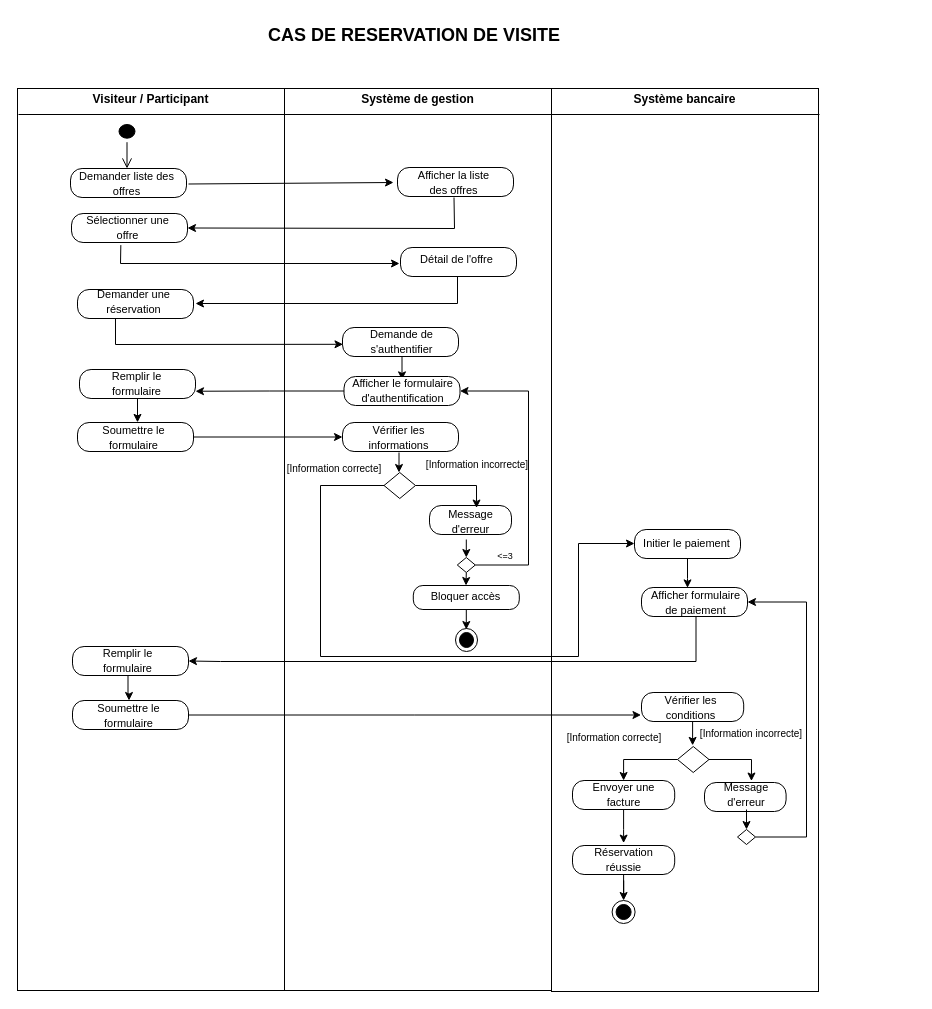
Above: activity1.drawio in louis-fresnel99/TpGasaL1 (draw.io), before the change. Source tidied: cells renumbered, new cells numbered last; positions are measured from the earlier drawing's top-left corner, leaving out a move shared by most shapes. Both pictures are drawn from the tidied source at 100%, with x=0, y=0 at pixel (17, 17).
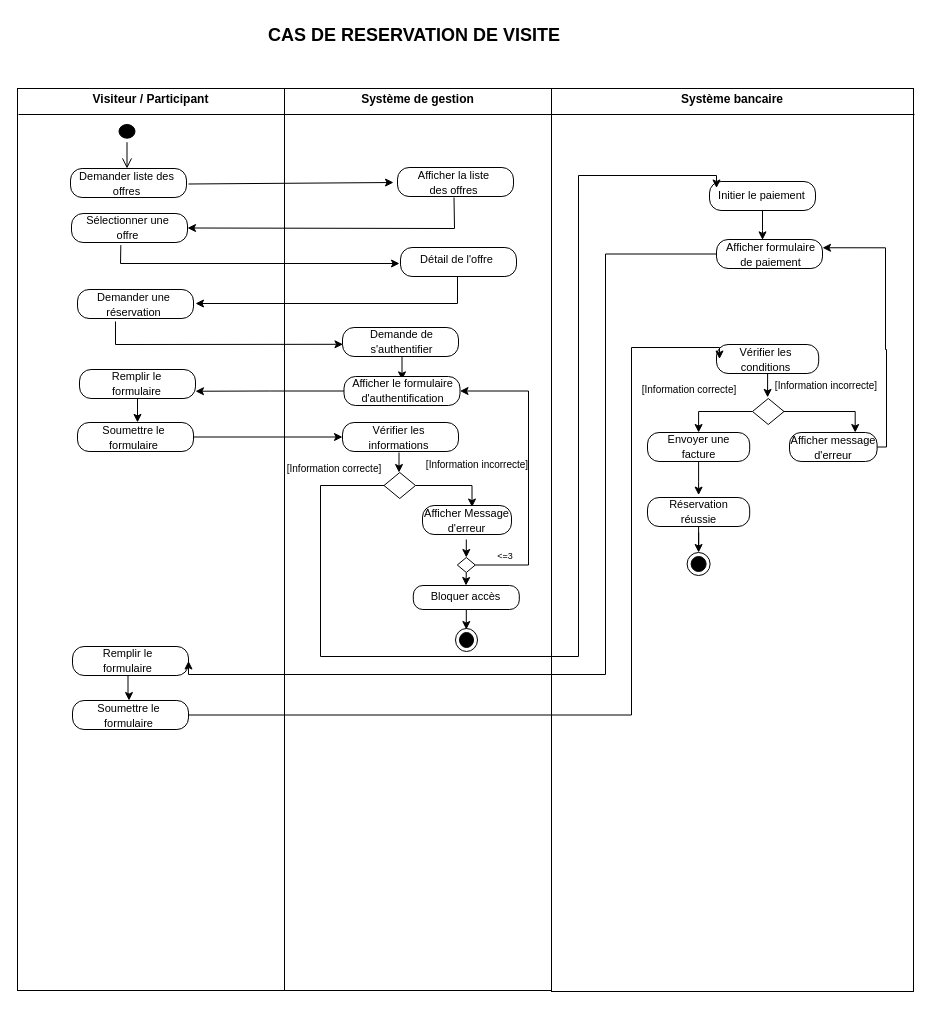
Above is the later version.

Commit message:
Mettre à jour activity1.drawio

Unchanged cells that the change refers to:
```xml
<mxCell id="29" style="rounded=1;whiteSpace=wrap;html=1;arcSize=40;fontColor=#000000;fillColor=light-dark(#FFFFFF,#FFFFFF);strokeColor=light-dark(#000000, #ff9090);fillStyle=solid;align=center;verticalAlign=top;fontFamily=Helvetica;fontSize=12;labelBackgroundColor=light-dark(#000000,#000000);" parent="1" vertex="1">
  <mxGeometry x="55" y="629" width="116" height="29" as="geometry" />
</mxCell>
<mxCell id="32" style="rounded=1;whiteSpace=wrap;html=1;arcSize=40;fontColor=#000000;fillColor=light-dark(#FFFFFF,#FFFFFF);strokeColor=light-dark(#000000, #ff9090);fillStyle=solid;align=center;verticalAlign=top;fontFamily=Helvetica;fontSize=12;labelBackgroundColor=light-dark(#000000,#000000);" parent="1" vertex="1">
  <mxGeometry x="55" y="683" width="116" height="29" as="geometry" />
</mxCell>
```

What changed in the source:
```diff
@@
     <mxCell id="21" value="&lt;font style=&quot;font-size: 11px;&quot;&gt;Demander une réservation&lt;/font&gt;" style="text;html=1;align=center;verticalAlign=middle;whiteSpace=wrap;rounded=0;fontFamily=Helvetica;fontSize=12;fontColor=default;labelBackgroundColor=none;" parent="1" vertex="1">
-      <mxGeometry x="70" y="269" width="93" height="30" as="geometry" />
+      <mxGeometry x="70" y="272" width="93" height="30" as="geometry" />
     </mxCell>
@@
     <mxCell id="34" value="&lt;p style=&quot;margin:0px;margin-top:4px;text-align:center;&quot;&gt;&lt;b&gt;Système bancaire&lt;/b&gt;&lt;/p&gt;" style="verticalAlign=top;align=left;overflow=fill;html=1;whiteSpace=wrap;" parent="1" vertex="1">
-      <mxGeometry x="534" y="71" width="267" height="903" as="geometry" />
+      <mxGeometry x="534" y="71" width="362" height="903" as="geometry" />
     </mxCell>
     <mxCell id="35" style="edgeStyle=orthogonalEdgeStyle;rounded=0;jettySize=auto;html=1;fontFamily=Helvetica;fontSize=12;fontColor=default;labelBackgroundColor=light-dark(#000000,#000000);" parent="1" edge="1" source="36">
       <mxGeometry relative="1" as="geometry">
-        <mxPoint x="670" y="570.4" as="targetPoint" />
+        <mxPoint x="745" y="222.4" as="targetPoint" />
       </mxGeometry>
     </mxCell>
     <mxCell id="36" style="rounded=1;whiteSpace=wrap;html=1;arcSize=40;fontColor=#000000;fillColor=light-dark(#FFFFFF,#FFFFFF);strokeColor=light-dark(#000000, #ff9090);fillStyle=solid;align=center;verticalAlign=top;fontFamily=Helvetica;fontSize=12;labelBackgroundColor=light-dark(#000000,#000000);" parent="1" vertex="1">
-      <mxGeometry x="617" y="512" width="106" height="29" as="geometry" />
+      <mxGeometry x="692" y="164" width="106" height="29" as="geometry" />
     </mxCell>
     <mxCell id="37" value="&lt;font style=&quot;font-size: 11px;&quot;&gt;Initier le paiement&lt;/font&gt;" style="text;html=1;align=center;verticalAlign=middle;whiteSpace=wrap;rounded=0;fontFamily=Helvetica;fontSize=12;fontColor=default;labelBackgroundColor=none;" parent="1" vertex="1">
-      <mxGeometry x="624" y="511" width="91" height="30" as="geometry" />
+      <mxGeometry x="699" y="163" width="91" height="30" as="geometry" />
     </mxCell>
-    <mxCell id="38" style="edgeStyle=orthogonalEdgeStyle;rounded=0;jettySize=auto;html=1;fontFamily=Helvetica;fontSize=12;fontColor=default;labelBackgroundColor=light-dark(#000000,#000000);exitX=0.5;exitY=1;exitDx=0;exitDy=0;entryX=1;entryY=0.5;entryDx=0;entryDy=0;" parent="1" edge="1" source="40" target="29">
+    <mxCell id="38" style="edgeStyle=orthogonalEdgeStyle;rounded=0;jettySize=auto;html=1;fontFamily=Helvetica;fontSize=12;fontColor=default;labelBackgroundColor=light-dark(#000000,#000000);exitX=0;exitY=0.5;exitDx=0;exitDy=0;entryX=1;entryY=0.5;entryDx=0;entryDy=0;" parent="1" edge="1" source="40" target="29">
       <mxGeometry relative="1" as="geometry">
         <Array as="points">
-          <mxPoint x="678" y="644" />
-          <mxPoint x="203" y="644" />
+          <mxPoint x="588" y="236" />
+          <mxPoint x="588" y="657" />
+          <mxPoint x="171" y="657" />
         </Array>
       </mxGeometry>
     </mxCell>
     <mxCell id="39" style="rounded=1;whiteSpace=wrap;html=1;arcSize=40;fontColor=#000000;fillColor=light-dark(#FFFFFF,#FFFFFF);strokeColor=light-dark(#000000, #ff9090);fillStyle=solid;align=center;verticalAlign=top;fontFamily=Helvetica;fontSize=12;labelBackgroundColor=light-dark(#000000,#000000);" parent="1" vertex="1">
-      <mxGeometry x="624" y="570" width="106" height="29" as="geometry" />
+      <mxGeometry x="699" y="222" width="106" height="29" as="geometry" />
     </mxCell>
     <mxCell id="40" value="&lt;font style=&quot;font-size: 11px;&quot;&gt;Afficher formulaire de paiement&lt;/font&gt;" style="text;html=1;align=center;verticalAlign=middle;whiteSpace=wrap;rounded=0;fontFamily=Helvetica;fontSize=12;fontColor=default;labelBackgroundColor=none;" parent="1" vertex="1">
-      <mxGeometry x="627" y="572" width="103" height="25" as="geometry" />
+      <mxGeometry x="702" y="224" width="103" height="25" as="geometry" />
     </mxCell>
@@
     <mxCell id="42" style="edgeStyle=orthogonalEdgeStyle;rounded=0;jettySize=auto;html=1;fontFamily=Helvetica;fontSize=12;fontColor=default;labelBackgroundColor=light-dark(#000000,#000000);" parent="1" edge="1" source="43">
       <mxGeometry relative="1" as="geometry">
-        <mxPoint x="675.1" y="727.9" as="targetPoint" />
+        <mxPoint x="750.1" y="379.9" as="targetPoint" />
       </mxGeometry>
     </mxCell>
     <mxCell id="43" style="rounded=1;whiteSpace=wrap;html=1;arcSize=40;fontColor=#000000;fillColor=light-dark(#FFFFFF,#FFFFFF);strokeColor=light-dark(#000000, #ff9090);fillStyle=solid;align=center;verticalAlign=top;fontFamily=Helvetica;fontSize=12;labelBackgroundColor=light-dark(#000000,#000000);" parent="1" vertex="1">
-      <mxGeometry x="624" y="675" width="102.2" height="29" as="geometry" />
+      <mxGeometry x="699" y="327" width="102.2" height="29" as="geometry" />
     </mxCell>
     <mxCell id="44" value="&lt;font style=&quot;font-size: 11px;&quot;&gt;Vérifier les conditions&lt;/font&gt;" style="text;html=1;align=center;verticalAlign=middle;whiteSpace=wrap;rounded=0;fontFamily=Helvetica;fontSize=12;fontColor=default;labelBackgroundColor=none;" parent="1" vertex="1">
-      <mxGeometry x="627" y="679" width="93" height="21" as="geometry" />
+      <mxGeometry x="702" y="331" width="93" height="21" as="geometry" />
     </mxCell>
@@
-    <mxCell id="54" style="edgeStyle=orthogonalEdgeStyle;rounded=0;orthogonalLoop=1;jettySize=auto;html=1;entryX=0;entryY=0.5;entryDx=0;entryDy=0;fontFamily=Helvetica;fontSize=12;fontColor=default;labelBackgroundColor=light-dark(#000000,#000000);exitX=0;exitY=0.5;exitDx=0;exitDy=0;" parent="1" edge="1">
+    <mxCell id="54" style="edgeStyle=orthogonalEdgeStyle;rounded=0;jettySize=auto;html=1;entryX=0;entryY=0.25;entryDx=0;entryDy=0;fontFamily=Helvetica;fontSize=12;fontColor=default;labelBackgroundColor=light-dark(#000000,#000000);exitX=0;exitY=0.5;exitDx=0;exitDy=0;" parent="1" edge="1" target="37">
       <mxGeometry relative="1" as="geometry">
         <mxPoint x="366.5" y="468" as="sourcePoint" />
-        <mxPoint x="617" y="526" as="targetPoint" />
         <Array as="points">
           <mxPoint x="303" y="468" />
           <mxPoint x="303" y="639" />
           <mxPoint x="561" y="639" />
-          <mxPoint x="561" y="526" />
+          <mxPoint x="561" y="158" />
         </Array>
       </mxGeometry>
     </mxCell>
@@
     <mxCell id="56" style="rounded=1;whiteSpace=wrap;html=1;arcSize=40;fontColor=#000000;fillColor=light-dark(#FFFFFF,#FFFFFF);strokeColor=light-dark(#000000, #ff9090);fillStyle=solid;align=center;verticalAlign=top;fontFamily=Helvetica;fontSize=12;labelBackgroundColor=light-dark(#000000,#000000);" parent="1" vertex="1">
-      <mxGeometry x="412" y="488" width="82" height="29" as="geometry" />
+      <mxGeometry x="405" y="488" width="89" height="29" as="geometry" />
     </mxCell>
@@
-    <mxCell id="58" value="&lt;font style=&quot;font-size: 11px;&quot;&gt;Message d'erreur&lt;/font&gt;" style="text;html=1;align=center;verticalAlign=middle;whiteSpace=wrap;rounded=0;fontFamily=Helvetica;fontSize=12;fontColor=default;labelBackgroundColor=none;" parent="1" vertex="1">
-      <mxGeometry x="410" y="489" width="86.5" height="30" as="geometry" />
+    <mxCell id="58" value="&lt;font style=&quot;font-size: 11px;&quot;&gt;Afficher Message d'erreur&lt;/font&gt;" style="text;html=1;align=center;verticalAlign=middle;whiteSpace=wrap;rounded=0;fontFamily=Helvetica;fontSize=12;fontColor=default;labelBackgroundColor=none;" parent="1" vertex="1">
+      <mxGeometry x="405.5" y="488" width="86.5" height="30" as="geometry" />
     </mxCell>
@@
-    <mxCell id="63" style="edgeStyle=orthogonalEdgeStyle;rounded=0;jettySize=auto;html=1;fontFamily=Helvetica;fontSize=12;fontColor=default;labelBackgroundColor=light-dark(#000000,#000000);" parent="1" edge="1" source="32">
+    <mxCell id="63" style="edgeStyle=orthogonalEdgeStyle;rounded=0;jettySize=auto;html=1;fontFamily=Helvetica;fontSize=12;fontColor=default;labelBackgroundColor=light-dark(#000000,#000000);entryX=0;entryY=0.5;entryDx=0;entryDy=0;" parent="1" edge="1" source="32" target="44">
       <mxGeometry relative="1" as="geometry">
-        <mxPoint x="623.5" y="697.5" as="targetPoint" />
+        <Array as="points">
+          <mxPoint x="614" y="698" />
+          <mxPoint x="614" y="330" />
+          <mxPoint x="702" y="330" />
+        </Array>
       </mxGeometry>
     </mxCell>
@@
+    <mxCell id="89" style="edgeStyle=orthogonalEdgeStyle;rounded=0;jettySize=auto;html=1;entryX=0.75;entryY=0;entryDx=0;entryDy=0;" parent="1" edge="1" source="65" target="68">
+      <mxGeometry relative="1" as="geometry" />
+    </mxCell>
     <mxCell id="65" style="rhombus;whiteSpace=wrap;html=1;fontColor=#000000;fillColor=#FFFFFF;strokeColor=#000000;fillStyle=solid;align=center;verticalAlign=top;fontFamily=Helvetica;fontSize=12;labelBackgroundColor=light-dark(#000000,#000000);" parent="1" vertex="1">
-      <mxGeometry x="660" y="729" width="31.5" height="26" as="geometry" />
+      <mxGeometry x="735" y="381" width="31.5" height="26" as="geometry" />
     </mxCell>
-    <mxCell id="66" style="edgeStyle=orthogonalEdgeStyle;rounded=0;jettySize=auto;html=1;entryX=0.567;entryY=0.051;entryDx=0;entryDy=0;entryPerimeter=0;fontFamily=Helvetica;fontSize=12;fontColor=default;labelBackgroundColor=light-dark(#000000,#000000);" parent="1" edge="1" source="65" target="71">
-      <mxGeometry relative="1" as="geometry" />
-    </mxCell>
     <mxCell id="67" style="rounded=1;whiteSpace=wrap;html=1;arcSize=40;fontColor=#000000;fillColor=light-dark(#FFFFFF,#FFFFFF);strokeColor=light-dark(#000000, #ff9090);fillStyle=solid;align=center;verticalAlign=top;fontFamily=Helvetica;fontSize=12;labelBackgroundColor=light-dark(#000000,#000000);" parent="1" vertex="1">
-      <mxGeometry x="555" y="763" width="102.2" height="29" as="geometry" />
+      <mxGeometry x="630" y="415" width="102.2" height="29" as="geometry" />
     </mxCell>
+    <mxCell id="90" style="edgeStyle=orthogonalEdgeStyle;rounded=0;jettySize=auto;html=1;entryX=1;entryY=0.25;entryDx=0;entryDy=0;" parent="1" edge="1" source="68" target="40">
+      <mxGeometry relative="1" as="geometry">
+        <Array as="points">
+          <mxPoint x="869" y="430" />
+          <mxPoint x="869" y="332" />
+          <mxPoint x="868" y="332" />
+          <mxPoint x="868" y="230" />
+        </Array>
+      </mxGeometry>
+    </mxCell>
     <mxCell id="68" style="rounded=1;whiteSpace=wrap;html=1;arcSize=40;fontColor=#000000;fillColor=light-dark(#FFFFFF,#FFFFFF);strokeColor=light-dark(#000000, #ff9090);fillStyle=solid;align=center;verticalAlign=top;fontFamily=Helvetica;fontSize=12;labelBackgroundColor=light-dark(#000000,#000000);" parent="1" vertex="1">
-      <mxGeometry x="687" y="765" width="81.6" height="29" as="geometry" />
+      <mxGeometry x="772" y="415" width="87.6" height="29" as="geometry" />
     </mxCell>
-    <mxCell id="69" style="edgeStyle=orthogonalEdgeStyle;rounded=0;jettySize=auto;html=1;entryX=1;entryY=0.5;entryDx=0;entryDy=0;fontFamily=Helvetica;fontSize=12;fontColor=default;labelBackgroundColor=light-dark(#000000,#000000);exitX=1;exitY=0.5;exitDx=0;exitDy=0;" parent="1" edge="1" source="78" target="40">
-      <mxGeometry relative="1" as="geometry">
-        <Array as="points">
-          <mxPoint x="789" y="820" />
-          <mxPoint x="789" y="585" />
-        </Array>
-      </mxGeometry>
-    </mxCell>
-    <mxCell id="70" style="edgeStyle=orthogonalEdgeStyle;rounded=0;jettySize=auto;html=1;fontFamily=Helvetica;fontSize=12;fontColor=default;labelBackgroundColor=light-dark(#000000,#000000);" parent="1" edge="1" source="71">
-      <mxGeometry relative="1" as="geometry">
-        <mxPoint x="729" y="812" as="targetPoint" />
-      </mxGeometry>
-    </mxCell>
-    <mxCell id="71" value="&lt;font style=&quot;font-size: 11px;&quot;&gt;Message d'erreur&lt;/font&gt;" style="text;html=1;align=center;verticalAlign=middle;whiteSpace=wrap;rounded=0;fontFamily=Helvetica;fontSize=12;fontColor=default;labelBackgroundColor=none;" parent="1" vertex="1">
-      <mxGeometry x="692" y="762" width="74" height="30" as="geometry" />
+    <mxCell id="71" value="&lt;font style=&quot;font-size: 11px;&quot;&gt;Afficher message d'erreur&lt;/font&gt;" style="text;html=1;align=center;verticalAlign=middle;whiteSpace=wrap;rounded=0;fontFamily=Helvetica;fontSize=12;fontColor=default;labelBackgroundColor=none;" parent="1" vertex="1">
+      <mxGeometry x="765.5" y="414" width="100" height="32" as="geometry" />
     </mxCell>
     <mxCell id="72" style="edgeStyle=orthogonalEdgeStyle;rounded=0;jettySize=auto;html=1;fontFamily=Helvetica;fontSize=12;fontColor=default;labelBackgroundColor=light-dark(#000000,#000000);" parent="1" edge="1" source="73">
       <mxGeometry relative="1" as="geometry">
-        <mxPoint x="606.1" y="825.6" as="targetPoint" />
+        <mxPoint x="681.1" y="477.6" as="targetPoint" />
       </mxGeometry>
     </mxCell>
     <mxCell id="73" value="&lt;font style=&quot;font-size: 11px;&quot;&gt;Envoyer une facture&lt;/font&gt;" style="text;html=1;align=center;verticalAlign=middle;whiteSpace=wrap;rounded=0;fontFamily=Helvetica;fontSize=12;fontColor=default;labelBackgroundColor=none;" parent="1" vertex="1">
-      <mxGeometry x="559.6" y="762" width="93" height="30" as="geometry" />
+      <mxGeometry x="634.6" y="414" width="93" height="30" as="geometry" />
     </mxCell>
     <mxCell id="74" style="rounded=1;whiteSpace=wrap;html=1;arcSize=40;fontColor=#000000;fillColor=light-dark(#FFFFFF,#FFFFFF);strokeColor=light-dark(#000000, #ff9090);fillStyle=solid;align=center;verticalAlign=top;fontFamily=Helvetica;fontSize=12;labelBackgroundColor=light-dark(#000000,#000000);" parent="1" vertex="1">
-      <mxGeometry x="555" y="828" width="102.2" height="29" as="geometry" />
+      <mxGeometry x="630" y="480" width="102.2" height="29" as="geometry" />
     </mxCell>
@@
     <mxCell id="76" value="&lt;font style=&quot;font-size: 11px;&quot;&gt;Réservation réussie&lt;/font&gt;" style="text;html=1;align=center;verticalAlign=middle;whiteSpace=wrap;rounded=0;fontFamily=Helvetica;fontSize=12;fontColor=default;labelBackgroundColor=none;" parent="1" vertex="1">
-      <mxGeometry x="559.6" y="827" width="93" height="30" as="geometry" />
+      <mxGeometry x="634.6" y="479" width="93" height="30" as="geometry" />
     </mxCell>
     <mxCell id="77" style="ellipse;html=1;shape=endState;fillColor=#000000;strokeColor=#000000;fillStyle=solid;align=center;verticalAlign=top;fontFamily=Helvetica;fontSize=12;fontColor=default;labelBackgroundColor=light-dark(#000000,#000000);" parent="1" vertex="1">
-      <mxGeometry x="594.6" y="883" width="23" height="23" as="geometry" />
+      <mxGeometry x="669.6" y="535" width="23" height="23" as="geometry" />
     </mxCell>
-    <mxCell id="78" style="rhombus;whiteSpace=wrap;html=1;fontColor=#000000;fillColor=#FFFFFF;strokeColor=#000000;fillStyle=solid;align=center;verticalAlign=top;fontFamily=Helvetica;fontSize=12;labelBackgroundColor=light-dark(#000000,#000000);" parent="1" vertex="1">
-      <mxGeometry x="720" y="812" width="18" height="15" as="geometry" />
-    </mxCell>
@@
     <mxCell id="82" value="&lt;span&gt;&lt;font style=&quot;color: rgb(0, 0, 0); font-size: 10px;&quot;&gt;[Information correcte]&lt;/font&gt;&lt;/span&gt;" style="text;html=1;align=center;verticalAlign=middle;whiteSpace=wrap;rounded=0;fontFamily=Helvetica;fontSize=12;fontColor=#FFFFFF;labelBackgroundColor=light-dark(#ffffff, #000000);" parent="1" vertex="1">
-      <mxGeometry x="547" y="708" width="100" height="23" as="geometry" />
+      <mxGeometry x="622" y="360" width="100" height="23" as="geometry" />
     </mxCell>
     <mxCell id="83" value="&lt;span&gt;&lt;font style=&quot;color: rgb(0, 0, 0); font-size: 10px;&quot;&gt;[Information incorrecte]&lt;/font&gt;&lt;/span&gt;" style="text;html=1;align=center;verticalAlign=middle;whiteSpace=wrap;rounded=0;fontFamily=Helvetica;fontSize=12;fontColor=#FFFFFF;labelBackgroundColor=light-dark(#ffffff, #000000);" parent="1" vertex="1">
-      <mxGeometry x="681" y="704" width="106" height="23" as="geometry" />
+      <mxGeometry x="756" y="356" width="106" height="23" as="geometry" />
     </mxCell>
@@
     <mxCell id="87" style="line;strokeWidth=1;fillColor=none;align=left;verticalAlign=middle;spacingTop=-1;spacingLeft=3;spacingRight=3;labelPosition=right;strokeColor=inherit;" parent="1" vertex="1">
-      <mxGeometry x="1" y="93" width="801" height="8" as="geometry" />
+      <mxGeometry x="1" y="93" width="896" height="8" as="geometry" />
     </mxCell>
```
